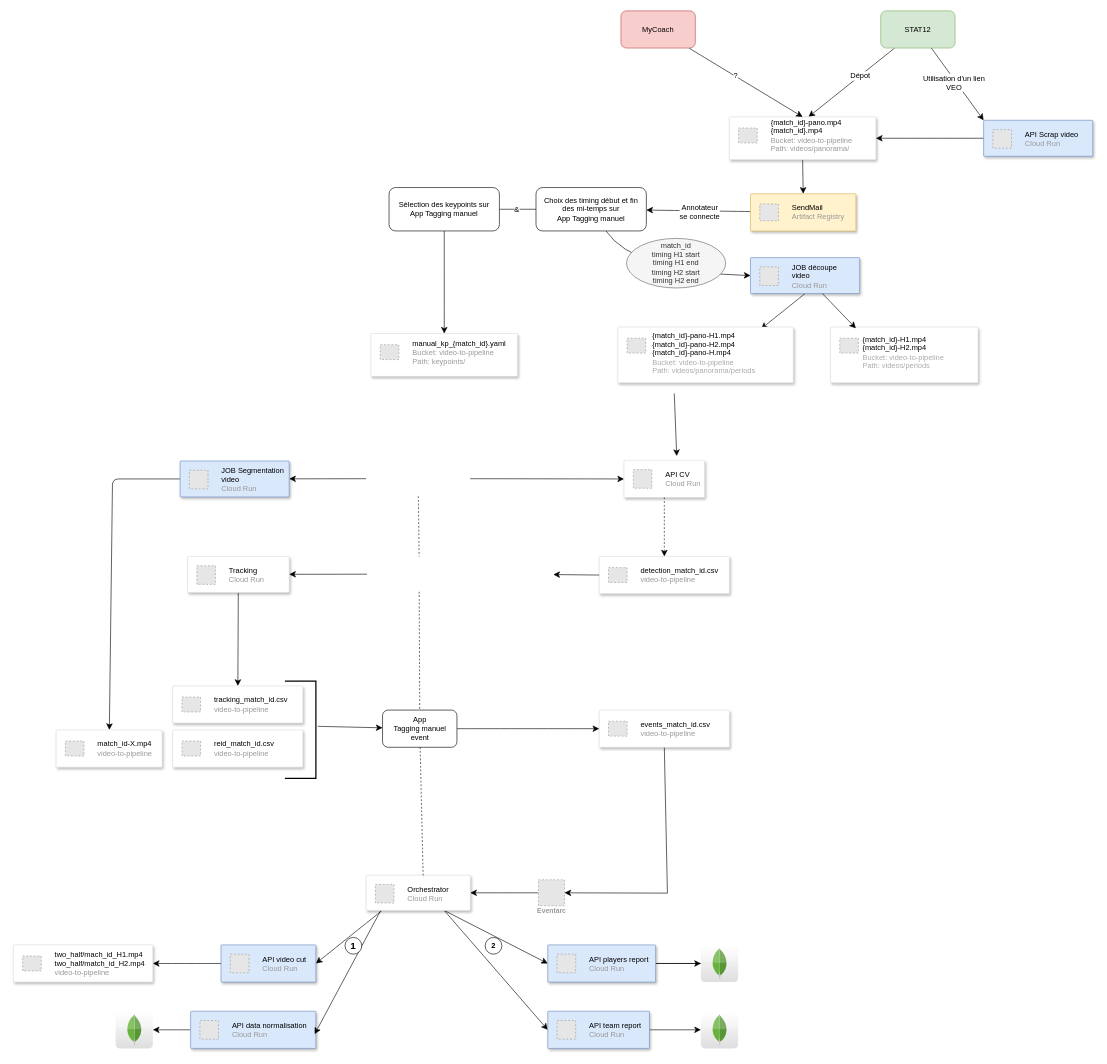
This is page "Full DS" (1 of 4) of Untitled Diagram.drawio from clairesecehDS/logo, a draw.io file, before an edit. Source tidied: cells renumbered, new cells numbered last; positions are measured from the earlier drawing's top-left corner, leaving out a move shared by most shapes. Both pictures are drawn from the tidied source at 62%, with x=0, y=0 at pixel (13, 11). Pictures stored in the file or linked from it are replaced by grey dashed boxes.
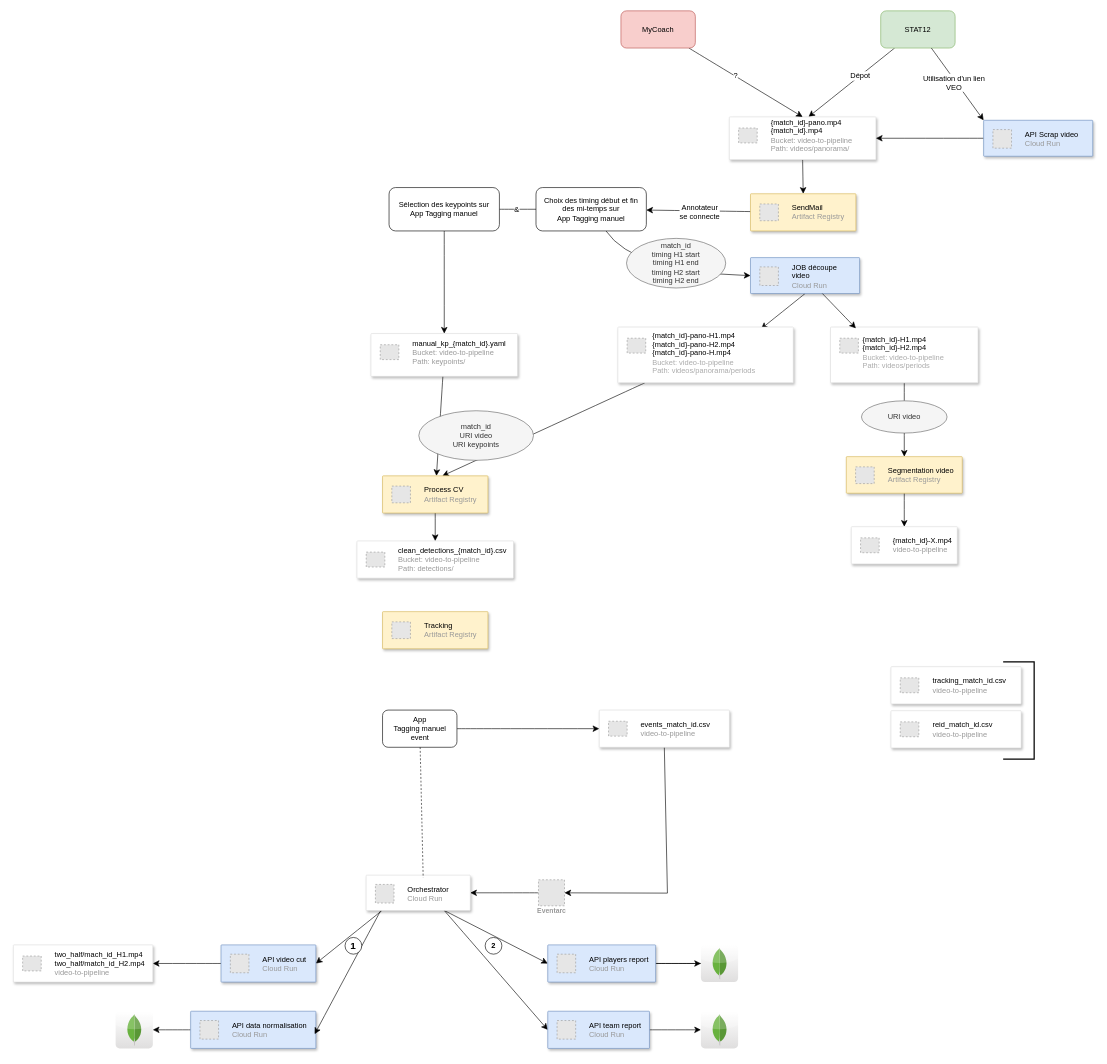
Above is the later version.

The change refers to these unchanged cells:
```xml
<mxCell id="46" value="&lt;div&gt;App&lt;br&gt;&lt;/div&gt;&lt;div&gt;Tagging manuel&lt;/div&gt;&lt;div&gt;event&lt;br&gt;&lt;/div&gt;" style="rounded=1;whiteSpace=wrap;html=1;" parent="1" vertex="1">
  <mxGeometry x="595.5" y="1127.8" width="120" height="60" as="geometry" />
</mxCell>
<mxCell id="75" style="strokeColor=#dddddd;shadow=1;strokeWidth=1;rounded=1;absoluteArcSize=1;arcSize=2;" parent="1" vertex="1">
  <mxGeometry x="975" y="510" width="283" height="90" as="geometry" />
</mxCell>
<mxCell id="89" style="strokeColor=#dddddd;shadow=1;strokeWidth=1;rounded=1;absoluteArcSize=1;arcSize=2;" parent="1" vertex="1">
  <mxGeometry x="1318" y="510" width="238" height="90" as="geometry" />
</mxCell>
<mxCell id="97" style="strokeColor=#dddddd;shadow=1;strokeWidth=1;rounded=1;absoluteArcSize=1;arcSize=2;" parent="1" vertex="1">
  <mxGeometry x="576.8" y="520.5" width="236.5" height="69" as="geometry" />
</mxCell>
```

What changed in the source:
```diff
@@
-    <mxCell id="37" style="edgeStyle=none;curved=1;rounded=0;jettySize=auto;html=1;entryX=0;entryY=0.5;entryDx=0;entryDy=0;fontSize=12;startSize=8;endSize=8;" parent="1" edge="1" target="60">
-      <mxGeometry relative="1" as="geometry">
-        <mxPoint x="737" y="754.6" as="sourcePoint" />
-      </mxGeometry>
-    </mxCell>
-    <mxCell id="38" style="edgeStyle=none;curved=1;rounded=0;jettySize=auto;html=1;fontSize=12;startSize=8;endSize=8;" parent="1" edge="1" target="56">
-      <mxGeometry relative="1" as="geometry">
-        <mxPoint x="569" y="754.6" as="sourcePoint" />
-      </mxGeometry>
-    </mxCell>
@@
-    <mxCell id="41" style="edgeStyle=none;curved=1;rounded=0;jettySize=auto;html=1;fontSize=12;startSize=8;endSize=8;dashed=1;endArrow=none;startFill=0;entryX=0.5;entryY=0;entryDx=0;entryDy=0;" parent="1" edge="1" target="46">
-      <mxGeometry relative="1" as="geometry">
-        <mxPoint x="654.6" y="937" as="sourcePoint" />
-      </mxGeometry>
-    </mxCell>
-    <mxCell id="42" style="edgeStyle=none;curved=1;rounded=0;jettySize=auto;html=1;fontSize=12;startSize=8;endSize=8;" parent="1" edge="1" source="43" target="48">
-      <mxGeometry relative="1" as="geometry" />
-    </mxCell>
-    <mxCell id="43" style="strokeColor=#dddddd;shadow=1;strokeWidth=1;rounded=1;absoluteArcSize=1;arcSize=2;" parent="1" vertex="1">
-      <mxGeometry x="281" y="880" width="164" height="58" as="geometry" />
-    </mxCell>
-    <mxCell id="44" value="&lt;div&gt;&lt;font color=&quot;#000000&quot;&gt;Tracking&lt;br&gt;&lt;/font&gt;&lt;/div&gt;Cloud Run" style="fillColor=#E6E6E6;strokeColor=#999999;dashed=1;html=1;fontColor=#999999;verticalLabelPosition=middle;verticalAlign=middle;labelPosition=right;align=left;spacingLeft=20;" parent="43" vertex="1">
-      <mxGeometry width="30" height="30" relative="1" as="geometry">
-        <mxPoint x="15" y="15" as="offset" />
-      </mxGeometry>
-    </mxCell>
@@
-    <mxCell id="47" style="edgeStyle=none;curved=1;rounded=0;jettySize=auto;html=1;fontSize=12;startSize=8;endSize=8;exitX=-0.06;exitY=0.535;exitDx=0;exitDy=0;exitPerimeter=0;" parent="1" edge="1" source="71" target="46">
-      <mxGeometry relative="1" as="geometry" />
-    </mxCell>
     <mxCell id="48" style="strokeColor=#dddddd;shadow=1;strokeWidth=1;rounded=1;absoluteArcSize=1;arcSize=2;" parent="1" vertex="1">
-      <mxGeometry x="257" y="1088.8" width="210" height="60" as="geometry" />
+      <mxGeometry x="1415.5" y="1057.8" width="210" height="60" as="geometry" />
     </mxCell>
@@
-    <mxCell id="55" style="edgeStyle=none;curved=0;rounded=1;jettySize=auto;html=1;fontSize=12;startSize=8;endSize=8;exitX=0;exitY=0.5;exitDx=0;exitDy=0;" parent="1" edge="1" source="56" target="58">
-      <mxGeometry relative="1" as="geometry">
-        <Array as="points">
-          <mxPoint x="160" y="755" />
-        </Array>
-      </mxGeometry>
-    </mxCell>
-    <mxCell id="56" style="strokeColor=#6c8ebf;shadow=1;strokeWidth=1;rounded=1;absoluteArcSize=1;arcSize=2;fillColor=#dae8fc;" parent="1" vertex="1">
-      <mxGeometry x="269" y="726" width="176" height="58" as="geometry" />
-    </mxCell>
-    <mxCell id="57" value="&lt;div&gt;&lt;font color=&quot;#000000&quot;&gt;JOB Segmentation&lt;/font&gt;&lt;/div&gt;&lt;div&gt;&lt;font color=&quot;#000000&quot;&gt;video&lt;br&gt;&lt;/font&gt;&lt;/div&gt;&lt;div&gt;Cloud Run&lt;/div&gt;" style="fillColor=#E6E6E6;strokeColor=#999999;dashed=1;html=1;fontColor=#999999;verticalLabelPosition=middle;verticalAlign=middle;labelPosition=right;align=left;spacingLeft=20;" parent="56" vertex="1">
-      <mxGeometry width="30" height="30" relative="1" as="geometry">
-        <mxPoint x="15" y="15" as="offset" />
-      </mxGeometry>
-    </mxCell>
     <mxCell id="58" style="strokeColor=#dddddd;shadow=1;strokeWidth=1;rounded=1;absoluteArcSize=1;arcSize=2;" parent="1" vertex="1">
-      <mxGeometry x="69" y="1159.8" width="171" height="60" as="geometry" />
+      <mxGeometry x="1351.5" y="832" width="171" height="60" as="geometry" />
     </mxCell>
-    <mxCell id="59" value="&lt;font color=&quot;#000000&quot;&gt;match_id-X.mp4&lt;/font&gt;&lt;br&gt;video-to-pipeline" style="fillColor=#E6E6E6;strokeColor=#999999;dashed=1;html=1;fontColor=#999999;verticalLabelPosition=middle;verticalAlign=middle;labelPosition=right;align=left;spacingLeft=20;" parent="58" vertex="1">
+    <mxCell id="59" value="&lt;font color=&quot;#000000&quot;&gt;{match_id}-X.mp4&lt;/font&gt;&lt;br&gt;video-to-pipeline" style="fillColor=#E6E6E6;strokeColor=#999999;dashed=1;html=1;fontColor=#999999;verticalLabelPosition=middle;verticalAlign=middle;labelPosition=right;align=left;spacingLeft=20;" parent="58" vertex="1">
       <mxGeometry width="30" height="24" relative="1" as="geometry">
         <mxPoint x="15" y="18" as="offset" />
       </mxGeometry>
     </mxCell>
-    <mxCell id="60" style="strokeColor=#dddddd;shadow=1;strokeWidth=1;rounded=1;absoluteArcSize=1;arcSize=2;" parent="1" vertex="1">
-      <mxGeometry x="985" y="725" width="130" height="60" as="geometry" />
-    </mxCell>
-    <mxCell id="61" value="&lt;font color=&quot;#000000&quot;&gt;API CV&lt;/font&gt;&lt;br&gt;Cloud Run" style="fillColor=#E6E6E6;strokeColor=#999999;dashed=1;html=1;fontColor=#999999;verticalLabelPosition=middle;verticalAlign=middle;labelPosition=right;align=left;spacingLeft=20;" parent="60" vertex="1">
-      <mxGeometry width="30" height="30" relative="1" as="geometry">
-        <mxPoint x="15" y="15" as="offset" />
-      </mxGeometry>
-    </mxCell>
-    <mxCell id="62" style="edgeStyle=none;curved=1;rounded=0;jettySize=auto;html=1;entryX=0.5;entryY=0;entryDx=0;entryDy=0;fontSize=12;startSize=8;endSize=8;dashed=1;exitX=0.5;exitY=1;exitDx=0;exitDy=0;" parent="1" edge="1" source="60" target="63">
-      <mxGeometry relative="1" as="geometry" />
-    </mxCell>
     <mxCell id="63" style="strokeColor=#dddddd;shadow=1;strokeWidth=1;rounded=1;absoluteArcSize=1;arcSize=2;" parent="1" vertex="1">
-      <mxGeometry x="945" y="880" width="210" height="60" as="geometry" />
+      <mxGeometry x="554.2" y="855" width="252.5" height="60" as="geometry" />
     </mxCell>
-    <mxCell id="64" value="&lt;font color=&quot;#000000&quot;&gt;detection_match_id.csv&lt;/font&gt;&lt;br&gt;video-to-pipeline" style="fillColor=#E6E6E6;strokeColor=#999999;dashed=1;html=1;fontColor=#999999;verticalLabelPosition=middle;verticalAlign=middle;labelPosition=right;align=left;spacingLeft=20;" parent="63" vertex="1">
+    <mxCell id="64" value="&lt;font color=&quot;#000000&quot;&gt;clean_detections_{match_id}.csv&lt;/font&gt;&lt;br&gt;&lt;div&gt;Bucket: video-to-pipeline&lt;/div&gt;&lt;div&gt;Path: detections/&lt;br&gt;&lt;/div&gt;" style="fillColor=#E6E6E6;strokeColor=#999999;dashed=1;html=1;fontColor=#999999;verticalLabelPosition=middle;verticalAlign=middle;labelPosition=right;align=left;spacingLeft=20;" parent="63" vertex="1">
       <mxGeometry width="30" height="24" relative="1" as="geometry">
         <mxPoint x="15" y="18" as="offset" />
       </mxGeometry>
     </mxCell>
-    <mxCell id="65" style="edgeStyle=none;curved=1;rounded=0;orthogonalLoop=1;jettySize=auto;html=1;entryX=0.5;entryY=0;entryDx=0;entryDy=0;fontSize=12;startSize=8;endSize=8;dashed=1;endArrow=none;startFill=0;" parent="1" edge="1">
-      <mxGeometry relative="1" as="geometry">
-        <mxPoint x="653.3" y="783" as="sourcePoint" />
-        <mxPoint x="654.5" y="880" as="targetPoint" />
-      </mxGeometry>
-    </mxCell>
-    <mxCell id="66" style="edgeStyle=none;curved=1;rounded=0;jettySize=auto;html=1;fontSize=12;startSize=8;endSize=8;" parent="1" edge="1" target="43">
-      <mxGeometry relative="1" as="geometry">
-        <mxPoint x="570.5" y="908.6" as="sourcePoint" />
-      </mxGeometry>
-    </mxCell>
-    <mxCell id="67" style="edgeStyle=none;curved=1;rounded=0;jettySize=auto;html=1;fontSize=12;startSize=8;endSize=8;exitX=0;exitY=0.5;exitDx=0;exitDy=0;" parent="1" edge="1" source="63">
-      <mxGeometry relative="1" as="geometry">
-        <mxPoint x="871" y="909.2" as="targetPoint" />
-      </mxGeometry>
-    </mxCell>
     <mxCell id="68" style="strokeColor=#dddddd;shadow=1;strokeWidth=1;rounded=1;absoluteArcSize=1;arcSize=2;" parent="1" vertex="1">
-      <mxGeometry x="257" y="1159.8" width="210" height="60" as="geometry" />
+      <mxGeometry x="1415.5" y="1128.8" width="210" height="60" as="geometry" />
     </mxCell>
@@
     <mxCell id="71" style="strokeWidth=2;html=1;shape=mxgraph.flowchart.annotation_1;align=left;rotation=-180;" parent="1" vertex="1">
-      <mxGeometry x="438" y="1081" width="50" height="157" as="geometry" />
+      <mxGeometry x="1596.5" y="1050" width="50" height="157" as="geometry" />
     </mxCell>
@@
+    <mxCell id="99" style="edgeStyle=none;curved=1;rounded=0;jettySize=auto;html=1;entryX=0.568;entryY=0;entryDx=0;entryDy=0;fontSize=12;startSize=8;endSize=8;entryPerimeter=0;" parent="1" edge="1" source="75" target="103">
+      <mxGeometry relative="1" as="geometry" />
+    </mxCell>
@@
-    <mxCell id="78" style="edgeStyle=none;curved=1;rounded=0;orthogonalLoop=1;jettySize=auto;html=1;fontSize=12;startSize=8;endSize=8;exitX=0.5;exitY=1;exitDx=0;exitDy=0;entryX=0.53;entryY=0;entryDx=0;entryDy=0;entryPerimeter=0;" parent="1" edge="1">
-      <mxGeometry relative="1" as="geometry">
-        <mxPoint x="1066" y="617" as="sourcePoint" />
-        <mxPoint x="1070" y="718" as="targetPoint" />
-      </mxGeometry>
-    </mxCell>
@@
+    <mxCell id="100" style="edgeStyle=none;curved=1;rounded=0;jettySize=auto;html=1;fontSize=12;startSize=8;endSize=8;" parent="1" edge="1" source="89" target="107">
+      <mxGeometry relative="1" as="geometry" />
+    </mxCell>
@@
+    <mxCell id="101" style="edgeStyle=none;curved=1;rounded=0;jettySize=auto;html=1;fontSize=12;startSize=8;endSize=8;" parent="1" edge="1" source="97" target="103">
+      <mxGeometry relative="1" as="geometry" />
+    </mxCell>
@@
+    <mxCell id="102" style="edgeStyle=none;curved=1;rounded=0;jettySize=auto;html=1;fontSize=12;startSize=8;endSize=8;" parent="1" edge="1" source="103" target="63">
+      <mxGeometry relative="1" as="geometry" />
+    </mxCell>
+    <mxCell id="103" style="fillColor=#fff2cc;strokeColor=#d6b656;shadow=1;strokeWidth=1;rounded=1;absoluteArcSize=1;arcSize=2;" parent="1" vertex="1">
+      <mxGeometry x="595.5" y="750" width="170" height="60" as="geometry" />
+    </mxCell>
+    <mxCell id="104" value="&lt;font color=&quot;#000000&quot;&gt;Process CV&lt;/font&gt;&lt;br&gt;Artifact Registry" style="fillColor=#E6E6E6;strokeColor=#999999;dashed=1;html=1;fontColor=#999999;verticalLabelPosition=middle;verticalAlign=middle;labelPosition=right;align=left;spacingLeft=20;" parent="103" vertex="1">
+      <mxGeometry width="30" height="27" relative="1" as="geometry">
+        <mxPoint x="15" y="16.5" as="offset" />
+      </mxGeometry>
+    </mxCell>
+    <mxCell id="105" value="&lt;div&gt;match_id&lt;/div&gt;&lt;div&gt;URI video&lt;br&gt;&lt;/div&gt;&lt;div&gt;URI keypoints&lt;br&gt;&lt;/div&gt;" style="ellipse;whiteSpace=wrap;html=1;fillColor=#f5f5f5;fontColor=#333333;strokeColor=#666666;" parent="1" vertex="1">
+      <mxGeometry x="654" y="645" width="185" height="80" as="geometry" />
+    </mxCell>
+    <mxCell id="106" style="edgeStyle=none;curved=1;rounded=0;jettySize=auto;html=1;fontSize=12;startSize=8;endSize=8;" parent="1" edge="1" source="107" target="58">
+      <mxGeometry relative="1" as="geometry" />
+    </mxCell>
+    <mxCell id="107" style="fillColor=#fff2cc;strokeColor=#d6b656;shadow=1;strokeWidth=1;rounded=1;absoluteArcSize=1;arcSize=2;" parent="1" vertex="1">
+      <mxGeometry x="1343.5" y="719" width="187" height="59" as="geometry" />
+    </mxCell>
+    <mxCell id="108" value="&lt;font color=&quot;#000000&quot;&gt;Segmentation video &lt;/font&gt;&lt;br&gt;Artifact Registry" style="fillColor=#E6E6E6;strokeColor=#999999;dashed=1;html=1;fontColor=#999999;verticalLabelPosition=middle;verticalAlign=middle;labelPosition=right;align=left;spacingLeft=20;" parent="107" vertex="1">
+      <mxGeometry width="30" height="27" relative="1" as="geometry">
+        <mxPoint x="15" y="16.5" as="offset" />
+      </mxGeometry>
+    </mxCell>
+    <mxCell id="109" value="&lt;div&gt;URI video&lt;br&gt;&lt;/div&gt;" style="ellipse;whiteSpace=wrap;html=1;fillColor=#f5f5f5;fontColor=#333333;strokeColor=#666666;" parent="1" vertex="1">
+      <mxGeometry x="1368" y="629" width="138" height="52" as="geometry" />
+    </mxCell>
+    <mxCell id="110" style="fillColor=#fff2cc;strokeColor=#d6b656;shadow=1;strokeWidth=1;rounded=1;absoluteArcSize=1;arcSize=2;" parent="1" vertex="1">
+      <mxGeometry x="595.5" y="969" width="170" height="60" as="geometry" />
+    </mxCell>
+    <mxCell id="111" value="&lt;font color=&quot;#000000&quot;&gt;Tracking&lt;/font&gt;&lt;br&gt;Artifact Registry" style="fillColor=#E6E6E6;strokeColor=#999999;dashed=1;html=1;fontColor=#999999;verticalLabelPosition=middle;verticalAlign=middle;labelPosition=right;align=left;spacingLeft=20;" parent="110" vertex="1">
+      <mxGeometry width="30" height="27" relative="1" as="geometry">
+        <mxPoint x="15" y="16.5" as="offset" />
+      </mxGeometry>
+    </mxCell>
```
